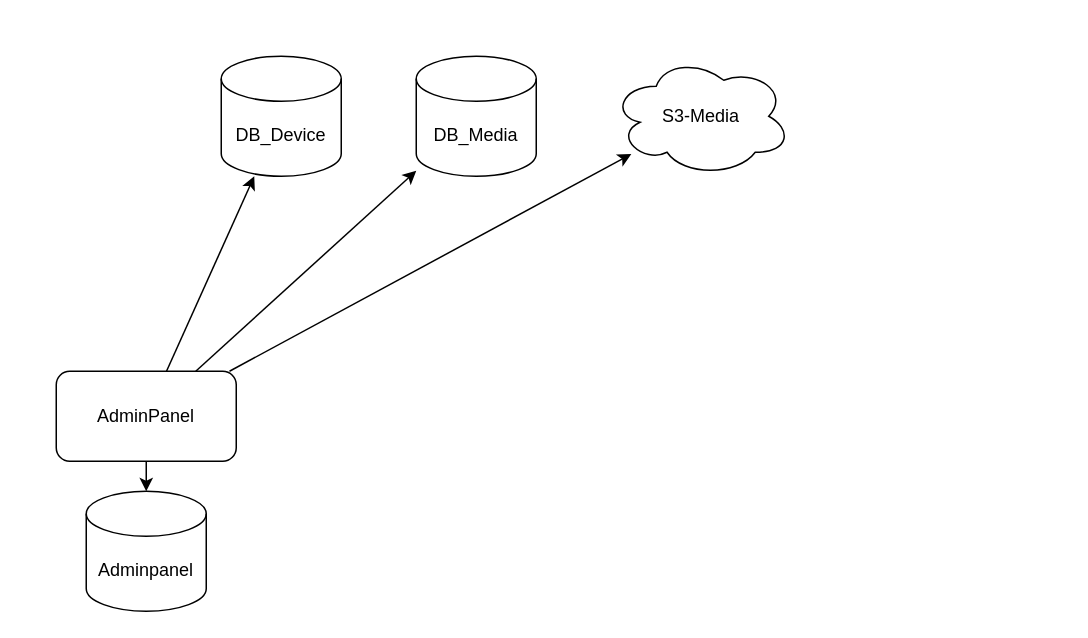
Above: Application-2.0.drawio in phobiavr/phober-diagram (draw.io), before the change. Source tidied: cells renumbered, new cells numbered last; positions are measured from the earlier drawing's top-left corner, leaving out a move shared by most shapes. Both pictures are drawn from the tidied source at 150%, with x=0, y=0 at pixel (56, 56).
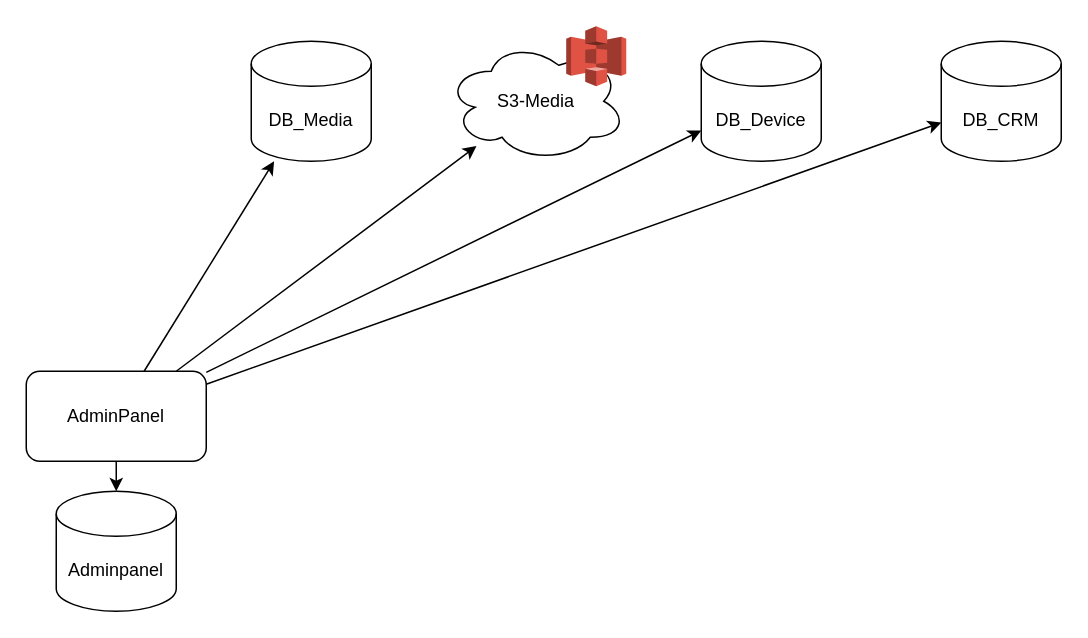
Above is the later version.

What changed in the source:
```diff
@@
 <mxGraphModel>
   <root>
     <mxCell id="0" />
     <mxCell id="1" parent="0" />
     <mxCell id="2" value="AdminPanel" style="rounded=1;whiteSpace=wrap;html=1;" parent="1" vertex="1">
-      <mxGeometry y="210" width="120" height="60" as="geometry" />
+      <mxGeometry x="-20" y="210" width="120" height="60" as="geometry" />
     </mxCell>
     <mxCell id="3" value="DB_Device" style="shape=cylinder3;whiteSpace=wrap;html=1;boundedLbl=1;backgroundOutline=1;size=15;" parent="1" vertex="1">
-      <mxGeometry x="110" width="80" height="80" as="geometry" />
+      <mxGeometry x="430" y="-10" width="80" height="80" as="geometry" />
     </mxCell>
     <mxCell id="4" value="DB_Media" style="shape=cylinder3;whiteSpace=wrap;html=1;boundedLbl=1;backgroundOutline=1;size=15;" parent="1" vertex="1">
-      <mxGeometry x="240" width="80" height="80" as="geometry" />
+      <mxGeometry x="130" y="-10" width="80" height="80" as="geometry" />
     </mxCell>
     <mxCell id="5" value="S3-Media" style="ellipse;shape=cloud;whiteSpace=wrap;html=1;" parent="1" vertex="1">
-      <mxGeometry x="370" width="120" height="80" as="geometry" />
+      <mxGeometry x="260" y="-10" width="120" height="80" as="geometry" />
     </mxCell>
     <mxCell id="6" style="endArrow=classic;html=1;rounded=0;" parent="1" edge="1" source="2" target="3">
       <mxGeometry relative="1" as="geometry" />
     </mxCell>
     <mxCell id="7" value="Adminpanel" style="shape=cylinder3;whiteSpace=wrap;html=1;boundedLbl=1;backgroundOutline=1;size=15;" parent="1" vertex="1">
-      <mxGeometry x="20" y="290" width="80" height="80" as="geometry" />
+      <mxGeometry y="290" width="80" height="80" as="geometry" />
     </mxCell>
     <mxCell id="8" style="endArrow=classic;html=1;rounded=0;exitX=0.5;exitY=1;exitDx=0;exitDy=0;" parent="1" edge="1" source="2" target="7">
       <mxGeometry relative="1" as="geometry" />
     </mxCell>
     <mxCell id="9" style="endArrow=classic;html=1;rounded=0;" parent="1" edge="1" source="2" target="4">
       <mxGeometry relative="1" as="geometry" />
     </mxCell>
     <mxCell id="10" style="endArrow=classic;startArrow=none;html=1;rounded=0;startFill=0;" parent="1" edge="1" source="2" target="5">
       <mxGeometry relative="1" as="geometry" />
     </mxCell>
+    <mxCell id="11" style="dashed=0;verticalLabelPosition=bottom;verticalAlign=top;align=center;html=1;shape=mxgraph.aws3.s3;fillColor=#E05243;gradientColor=none;" parent="1" vertex="1">
+      <mxGeometry x="340" y="-20" width="40" height="40" as="geometry" />
+    </mxCell>
+    <mxCell id="12" value="DB_CRM" style="shape=cylinder3;whiteSpace=wrap;html=1;boundedLbl=1;backgroundOutline=1;size=15;" parent="1" vertex="1">
+      <mxGeometry x="590" y="-10" width="80" height="80" as="geometry" />
+    </mxCell>
+    <mxCell id="13" style="endArrow=classic;html=1;rounded=0;" parent="1" edge="1" source="2" target="12">
+      <mxGeometry relative="1" as="geometry" />
+    </mxCell>
   </root>
 </mxGraphModel>
```
